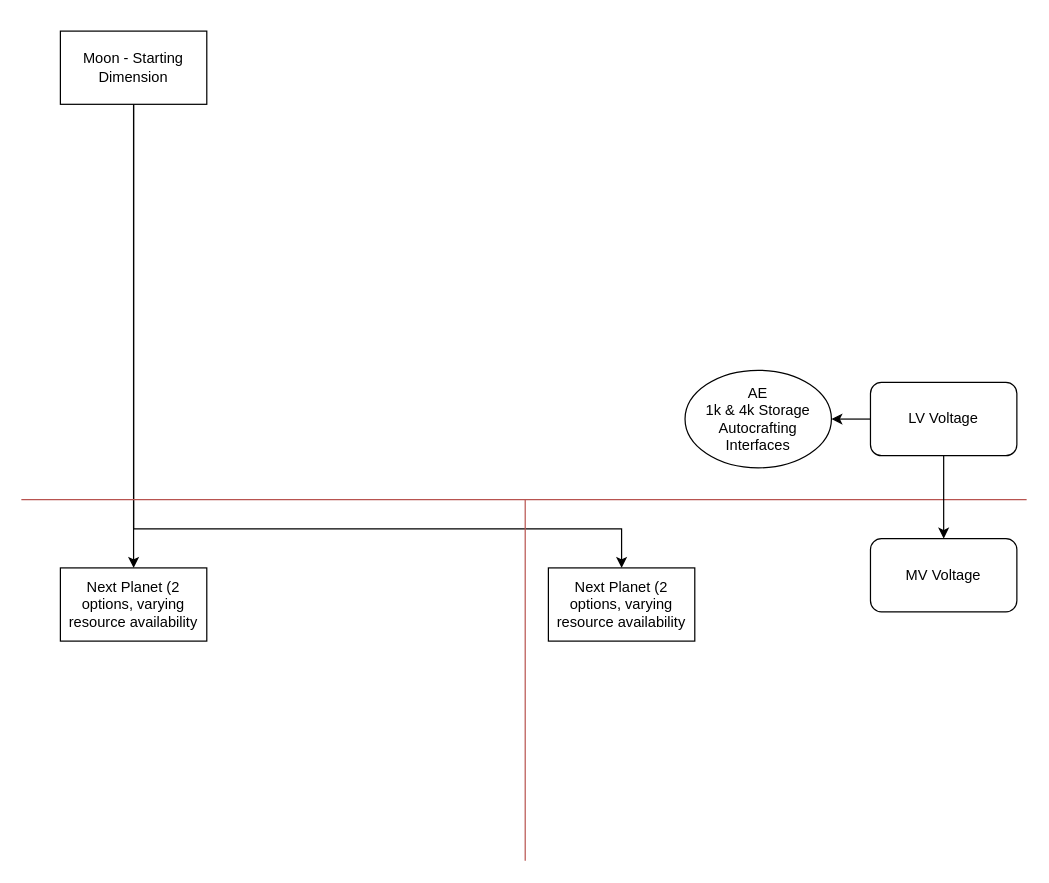
Earlier version of the draw.io diagram StarstruckProgression.drawio (MicahHaack/Starstruck). Source tidied: cells renumbered, new cells numbered last; positions are measured from the earlier drawing's top-left corner, leaving out a move shared by most shapes. Both pictures are drawn from the tidied source at 122%, with x=0, y=0 at pixel (21, 30).
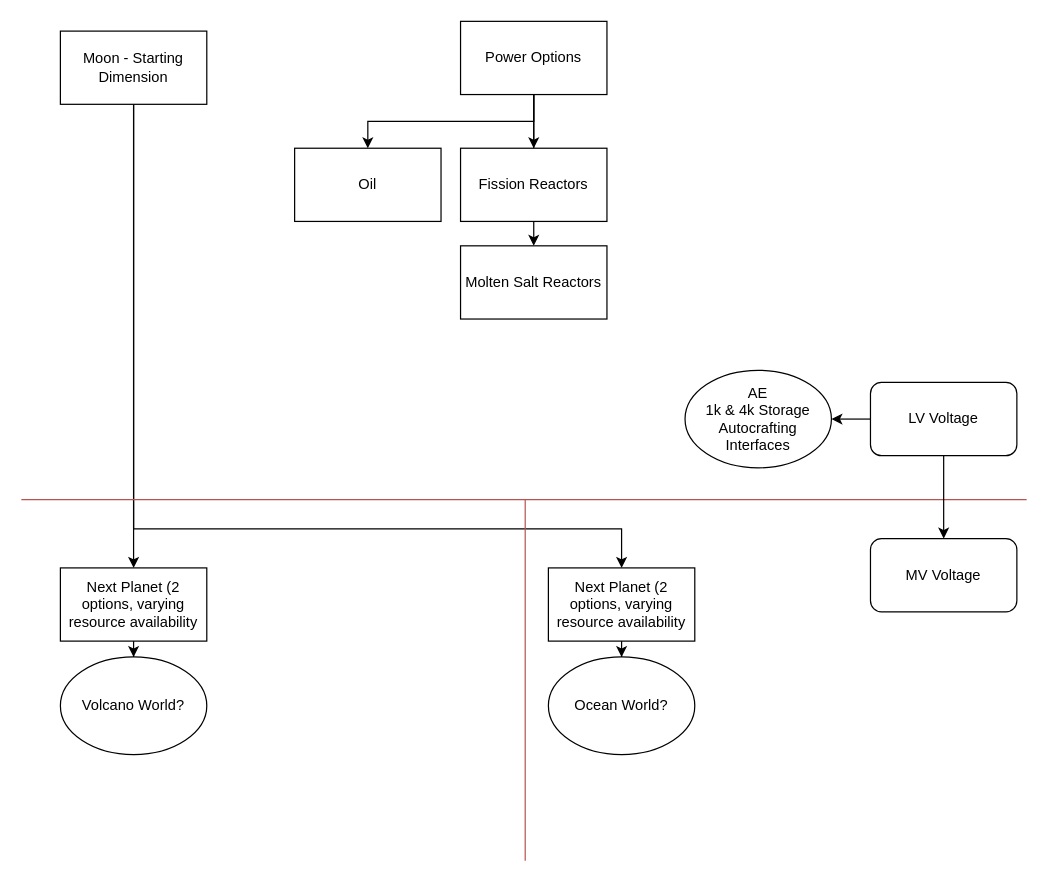
After the change.

The change refers to these unchanged cells:
```xml
<mxCell id="10" value="Next Planet (2 options, varying resource availability&lt;br&gt;" style="rounded=0;whiteSpace=wrap;html=1;" parent="1" vertex="1">
  <mxGeometry x="32" y="440" width="120" height="60" as="geometry" />
</mxCell>
<mxCell id="12" value="Next Planet (2 options, varying resource availability&lt;br&gt;" style="rounded=0;whiteSpace=wrap;html=1;" parent="1" vertex="1">
  <mxGeometry x="432" y="440" width="120" height="60" as="geometry" />
</mxCell>
```

The edit, as a diff of the source:
```diff
@@
+    <mxCell id="14" style="edgeStyle=orthogonalEdgeStyle;rounded=0;jettySize=auto;html=1;" parent="1" edge="1" source="10" target="23">
+      <mxGeometry relative="1" as="geometry" />
+    </mxCell>
@@
+    <mxCell id="15" style="edgeStyle=orthogonalEdgeStyle;rounded=0;jettySize=auto;html=1;" parent="1" edge="1" source="12" target="24">
+      <mxGeometry relative="1" as="geometry" />
+    </mxCell>
@@
+    <mxCell id="16" style="edgeStyle=orthogonalEdgeStyle;rounded=0;jettySize=auto;html=1;exitX=0.5;exitY=1;exitDx=0;exitDy=0;entryX=0.5;entryY=0;entryDx=0;entryDy=0;" parent="1" edge="1" source="19" target="20">
+      <mxGeometry relative="1" as="geometry" />
+    </mxCell>
+    <mxCell id="17" style="edgeStyle=orthogonalEdgeStyle;rounded=0;jettySize=auto;html=1;exitX=0.5;exitY=1;exitDx=0;exitDy=0;entryX=0.5;entryY=0;entryDx=0;entryDy=0;" parent="1" edge="1" source="19" target="21">
+      <mxGeometry relative="1" as="geometry" />
+    </mxCell>
+    <mxCell id="18" style="edgeStyle=orthogonalEdgeStyle;rounded=0;jettySize=auto;html=1;exitX=0.5;exitY=1;exitDx=0;exitDy=0;" parent="1" edge="1" source="19" target="22">
+      <mxGeometry relative="1" as="geometry" />
+    </mxCell>
+    <mxCell id="19" value="Power Options" style="rounded=0;whiteSpace=wrap;html=1;" parent="1" vertex="1">
+      <mxGeometry x="360" y="-8" width="120" height="60" as="geometry" />
+    </mxCell>
+    <mxCell id="20" value="Oil" style="rounded=0;whiteSpace=wrap;html=1;" parent="1" vertex="1">
+      <mxGeometry x="224" y="96" width="120" height="60" as="geometry" />
+    </mxCell>
+    <mxCell id="21" value="Fission Reactors" style="rounded=0;whiteSpace=wrap;html=1;" parent="1" vertex="1">
+      <mxGeometry x="360" y="96" width="120" height="60" as="geometry" />
+    </mxCell>
+    <mxCell id="22" value="Molten Salt Reactors" style="rounded=0;whiteSpace=wrap;html=1;" parent="1" vertex="1">
+      <mxGeometry x="360" y="176" width="120" height="60" as="geometry" />
+    </mxCell>
+    <mxCell id="23" value="Volcano World?" style="ellipse;whiteSpace=wrap;html=1;rounded=0;" parent="1" vertex="1">
+      <mxGeometry x="32" y="513" width="120" height="80" as="geometry" />
+    </mxCell>
+    <mxCell id="24" value="Ocean World?" style="ellipse;whiteSpace=wrap;html=1;rounded=0;" parent="1" vertex="1">
+      <mxGeometry x="432" y="513" width="120" height="80" as="geometry" />
+    </mxCell>
```
